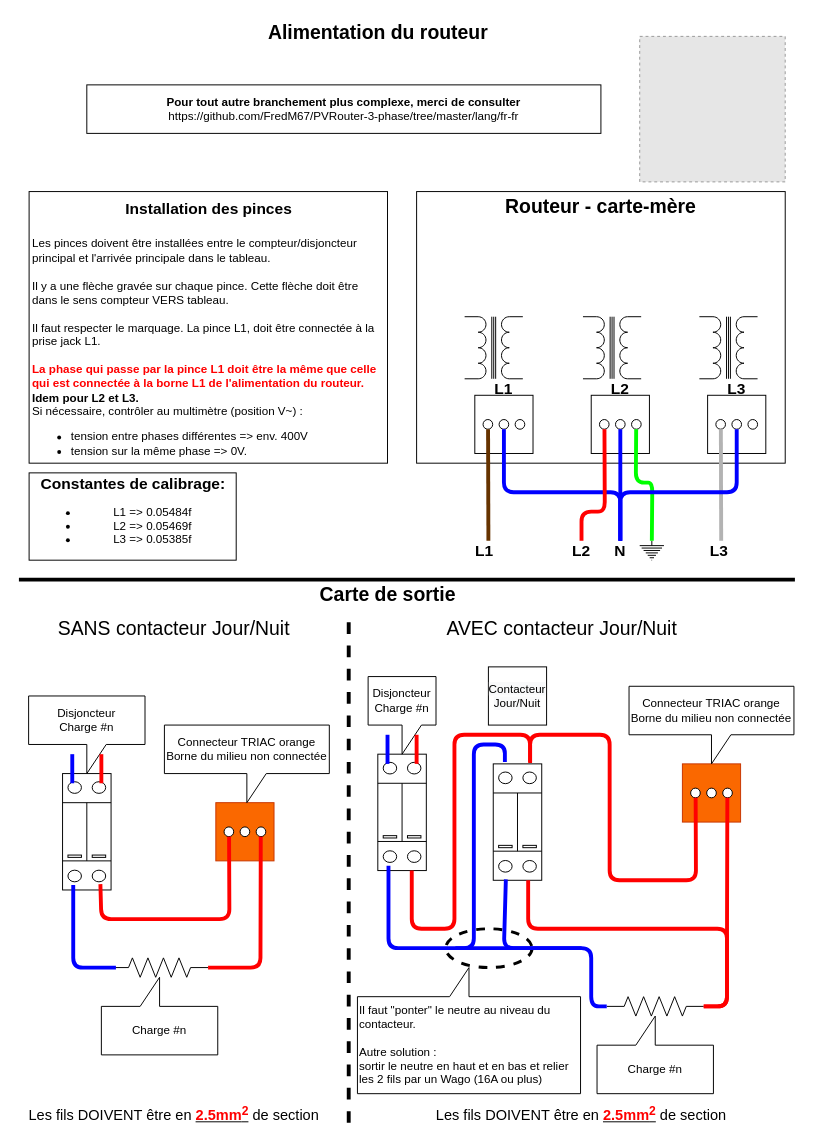
FredM67/PVRouter-3-phase keeps this draw.io diagram as docs/HowToInstall.drawio. Above is the earlier version. Source tidied: cells renumbered, new cells numbered last; positions are measured from the earlier drawing's top-left corner, leaving out a move shared by most shapes. Both pictures are drawn from the tidied source at 97%, with x=0, y=0 at pixel (18, 16). Pictures stored in the file or linked from it are replaced by grey dashed boxes.
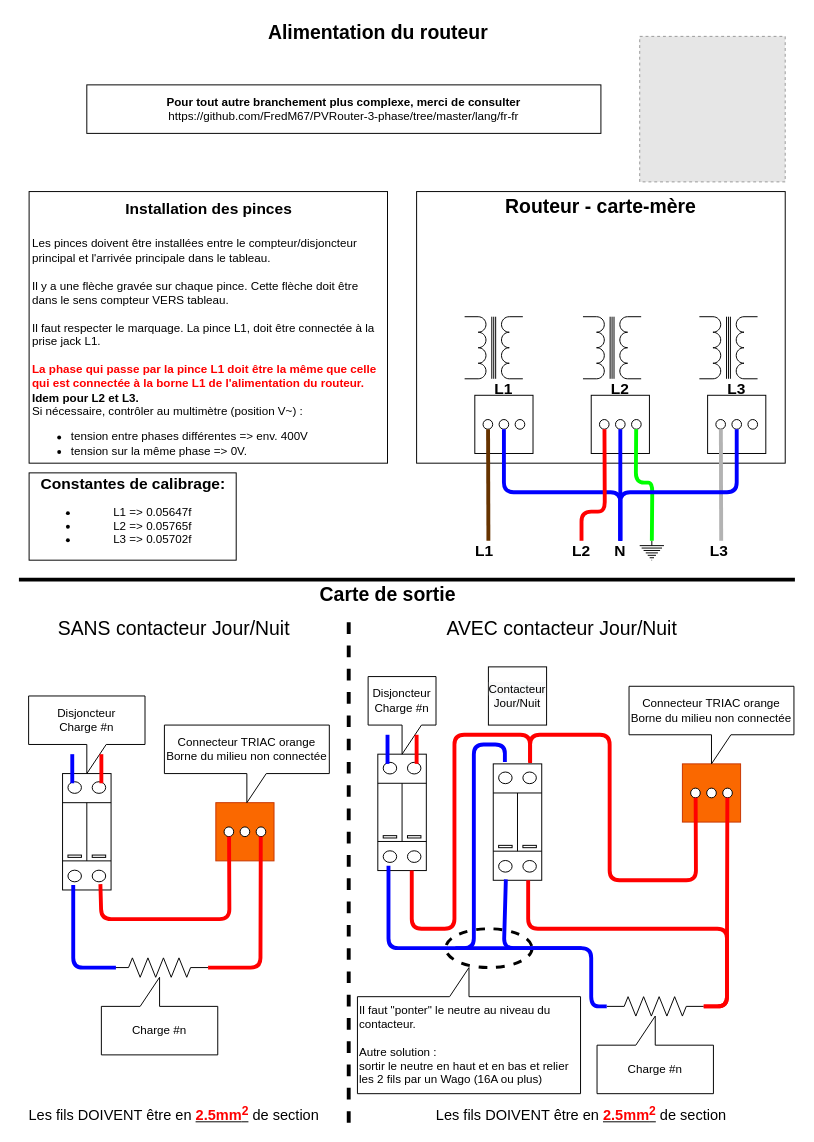
After the change.

What changed in the source:
```diff
@@
-    <mxCell id="2" value="&lt;b&gt;&lt;font style=&quot;font-size: 16px&quot;&gt;Constantes de calibrage:&lt;/font&gt;&lt;/b&gt;&lt;br&gt;&lt;ul&gt;&lt;li&gt;&lt;span&gt;L1 =&amp;gt;&amp;nbsp;&lt;/span&gt;0.05484f&lt;br&gt;&lt;/li&gt;&lt;li&gt;L2 =&amp;gt; 0.05469f&lt;br&gt;&lt;/li&gt;&lt;li&gt;L3 =&amp;gt; 0.05385f&lt;br&gt;&lt;/li&gt;&lt;/ul&gt;" style="rounded=0;whiteSpace=wrap;html=1;" parent="1" vertex="1">
+    <mxCell id="2" value="&lt;b&gt;&lt;font style=&quot;font-size: 16px&quot;&gt;Constantes de calibrage:&lt;/font&gt;&lt;/b&gt;&lt;br&gt;&lt;ul&gt;&lt;li&gt;&lt;span&gt;L1 =&amp;gt;&amp;nbsp;&lt;/span&gt;0.05647f&lt;br&gt;&lt;/li&gt;&lt;li&gt;L2 =&amp;gt; 0.05765f&lt;br&gt;&lt;/li&gt;&lt;li&gt;L3 =&amp;gt; 0.05702f&lt;br&gt;&lt;/li&gt;&lt;/ul&gt;" style="rounded=0;whiteSpace=wrap;html=1;" parent="1" vertex="1">
       <mxGeometry x="10.5" y="470" width="213.5" height="90" as="geometry" />
     </mxCell>
```
